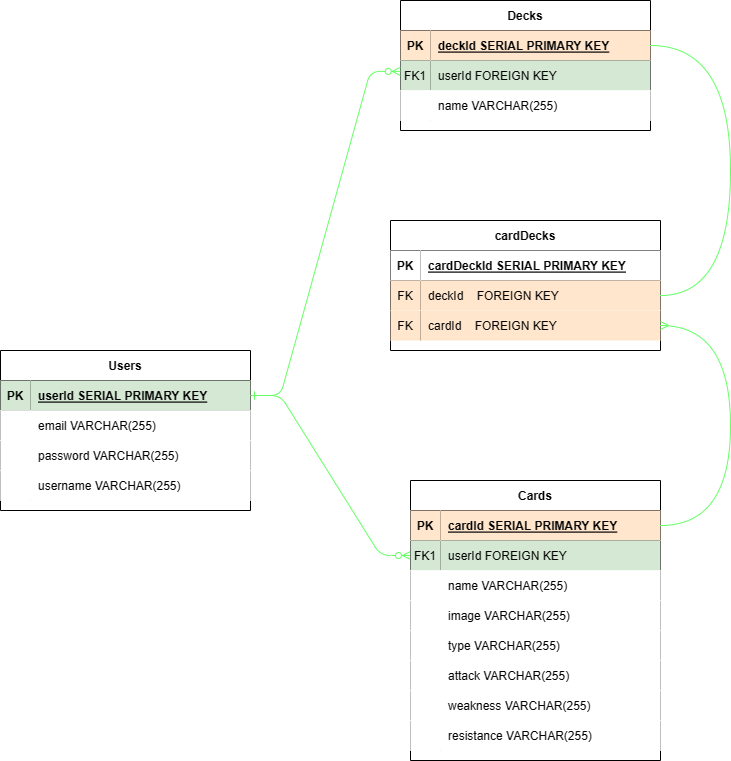
Before: erd.drawio.png, a diagram exported from draw.io (JonDmc/PokeTCG). Source tidied: cells renumbered, new cells last; positions are measured from the earlier drawing's top-left corner, leaving out a move shared by most shapes.
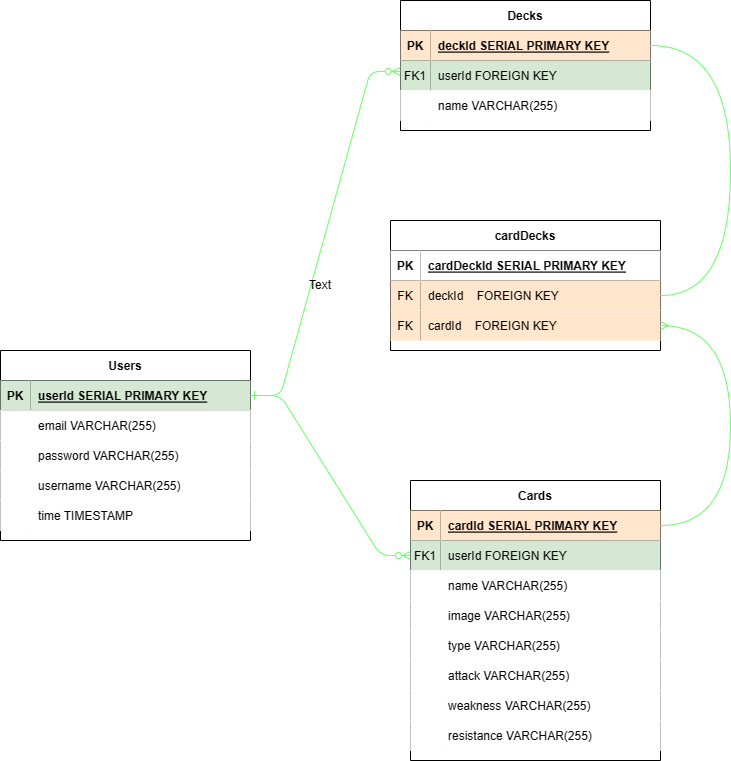
The same diagram one commit later.

Change to the diagram source:
```diff
@@ -111,7 +111,7 @@
       <mxGeometry x="30" width="220" height="30" as="geometry" />
     </mxCell>
     <mxCell id="38" value="Users" style="shape=table;startSize=30;rowLines=0;fontStyle=1;align=center;" parent="1" vertex="1">
-      <mxGeometry y="350" width="250" height="160" as="geometry" />
+      <mxGeometry y="350" width="250" height="190" as="geometry" />
     </mxCell>
     <mxCell id="39" style="shape=partialRectangle;fillColor=none;points=[[0,0.5],[1,0.5]];portConstraint=eastwest;top=0;left=0;right=0;bottom=1;" parent="38" vertex="1">
       <mxGeometry y="30" width="250" height="30" as="geometry" />
@@ -149,6 +149,15 @@
     <mxCell id="50" value="username VARCHAR(255)" style="shape=partialRectangle;top=0;left=0;bottom=0;right=0;align=left;spacingLeft=6;overflow=hidden;" parent="48" vertex="1">
       <mxGeometry x="30" width="220" height="30" as="geometry" />
     </mxCell>
+    <mxCell id="64" style="shape=tableRow;horizontal=0;startSize=0;swimlaneHead=0;swimlaneBody=0;top=0;left=0;right=0;bottom=0;" parent="38" vertex="1">
+      <mxGeometry y="150" width="250" height="30" as="geometry" />
+    </mxCell>
+    <mxCell id="65" style="shape=partialRectangle;top=0;left=0;bottom=0;right=0;overflow=hidden;" parent="64" vertex="1">
+      <mxGeometry width="30" height="30" as="geometry" />
+    </mxCell>
+    <mxCell id="66" value="time TIMESTAMP" style="shape=partialRectangle;top=0;left=0;bottom=0;right=0;align=left;spacingLeft=6;overflow=hidden;" parent="64" vertex="1">
+      <mxGeometry x="30" width="220" height="30" as="geometry" />
+    </mxCell>
     <mxCell id="51" style="edgeStyle=entityRelationEdgeStyle;endArrow=ERzeroToMany;startArrow=ERone;endFill=1;startFill=0;entryX=-0.001;entryY=0.363;entryDx=0;entryDy=0;entryPerimeter=0;strokeColor=#66FF66;" parent="1" edge="1" source="39" target="32">
       <mxGeometry relative="1" as="geometry" />
     </mxCell>
@@ -198,5 +207,8 @@
         </Array>
       </mxGeometry>
     </mxCell>
+    <mxCell id="67" value="Text" style="text;html=1;strokeColor=none;fillColor=none;align=center;verticalAlign=middle;whiteSpace=wrap;rounded=0;" parent="1" vertex="1">
+      <mxGeometry x="290" y="270" width="60" height="30" as="geometry" />
+    </mxCell>
   </root>
 </mxGraphModel>
```
